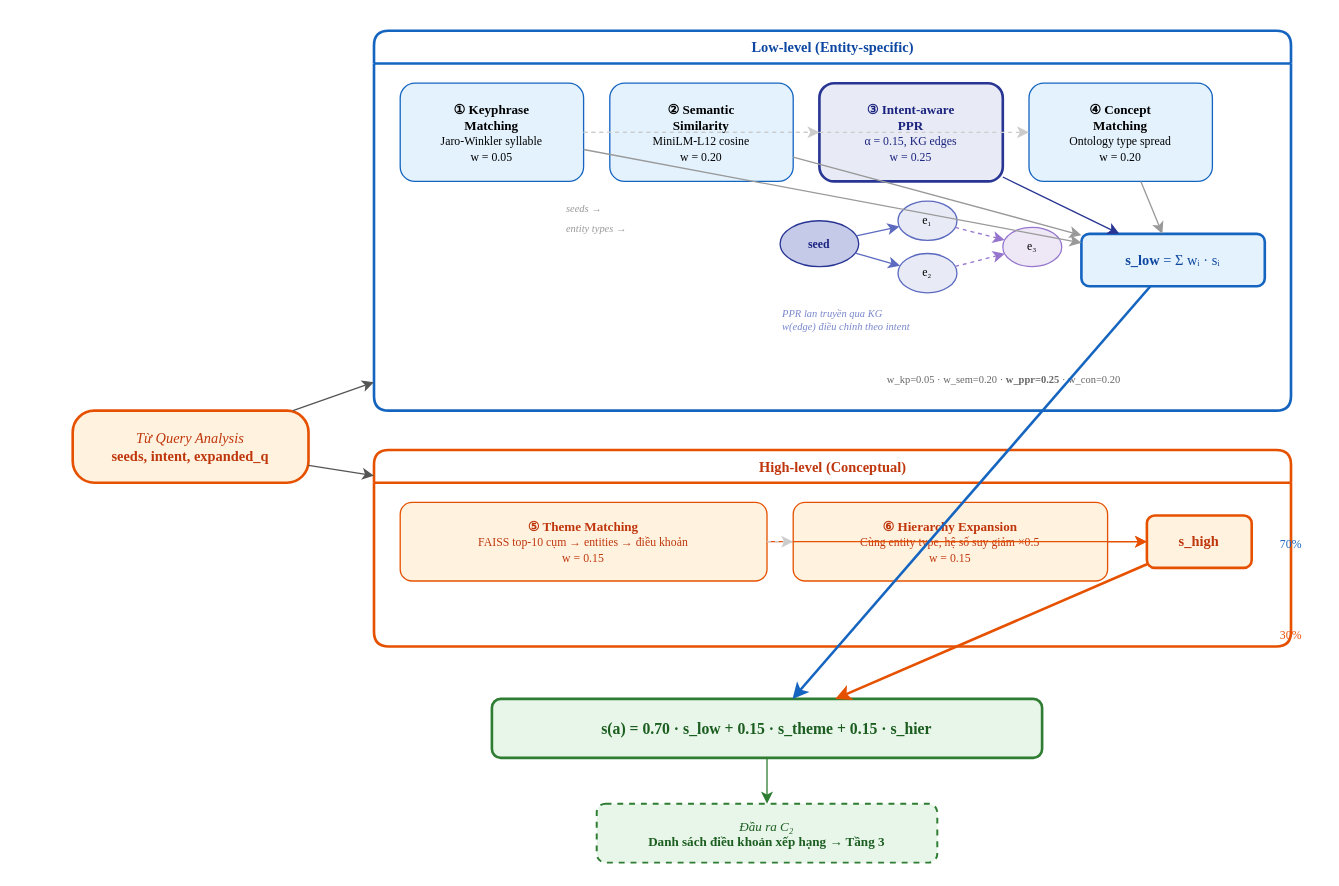
This is thesis-restored/diagrams/figure3-5-tier2-dual-level.drawio from hienlh/vn-legal-rag, a draw.io file, before an edit. Source tidied: cells renumbered, new cells numbered last; positions are measured from the earlier drawing's top-left corner, leaving out a move shared by most shapes. Both pictures are drawn from the tidied source at 131%, with x=0, y=0 at pixel (72, 30).
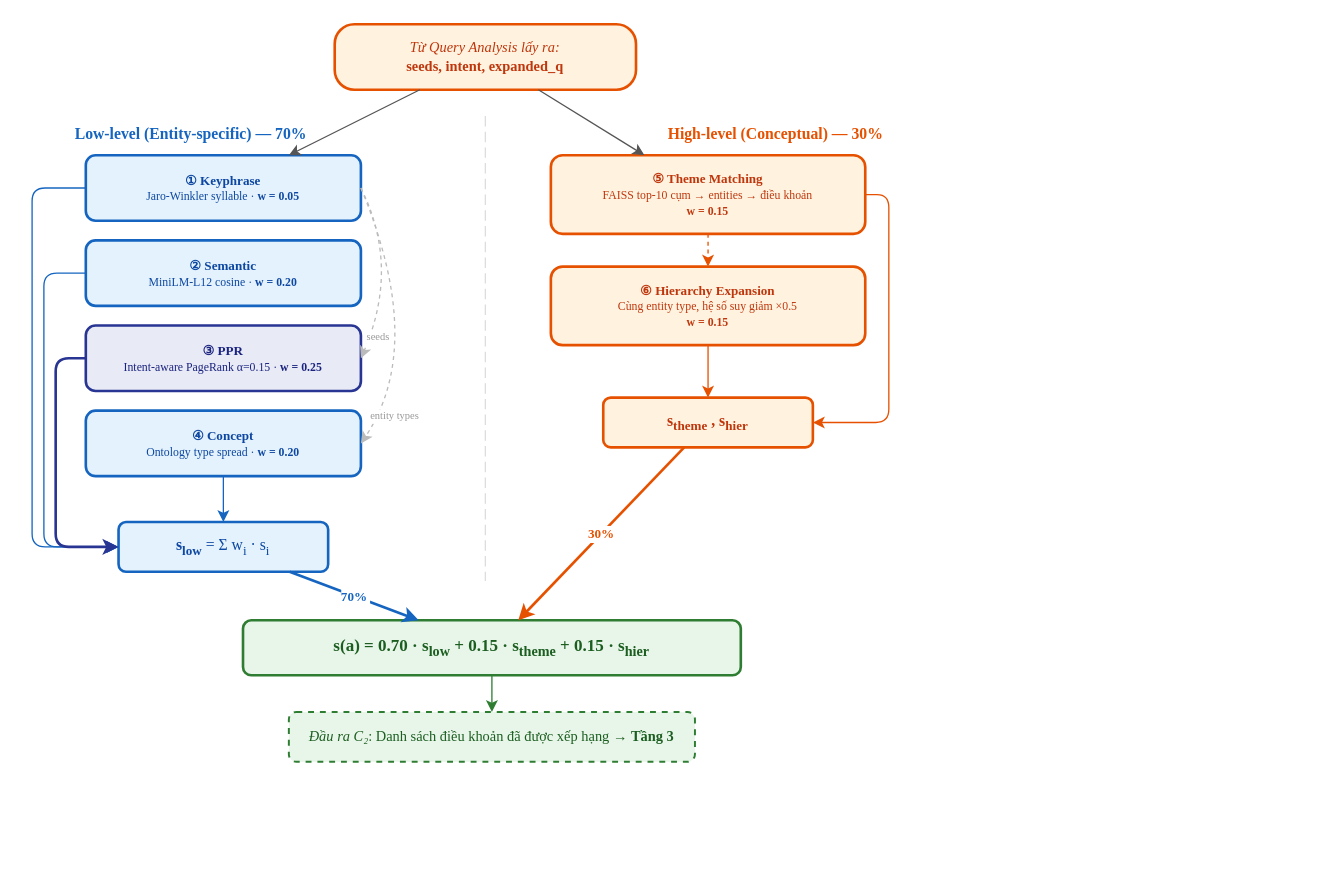
Above is the later version.

The edit, as a diff of the source:
```diff
@@
-    <mxCell id="2" value="&lt;i&gt;Từ Query Analysis&lt;/i&gt;&lt;br&gt;&lt;b&gt;seeds, intent, expanded_q&lt;/b&gt;" style="rounded=1;whiteSpace=wrap;html=1;fillColor=#FFF3E0;strokeColor=#E65100;strokeWidth=2;fontFamily=Times New Roman;fontSize=11;fontColor=#BF360C;arcSize=30;" parent="1" vertex="1">
-      <mxGeometry y="290" width="180" height="55" as="geometry" />
-    </mxCell>
-    <mxCell id="3" value="&lt;b&gt;Low-level (Entity-specific)&lt;/b&gt;" style="swimlane;html=1;startSize=25;fillColor=#FFF;strokeColor=#1565C0;strokeWidth=2;fontFamily=Times New Roman;fontSize=11;fontColor=#0D47A1;rounded=1;" parent="1" vertex="1">
-      <mxGeometry x="230" width="700" height="290" as="geometry" />
-    </mxCell>
-    <mxCell id="4" value="&lt;b&gt;① Keyphrase&lt;br&gt;Matching&lt;/b&gt;&lt;br&gt;&lt;span style=&quot;font-size:9px&quot;&gt;Jaro-Winkler syllable&lt;br&gt;w = 0.05&lt;/span&gt;" style="rounded=1;whiteSpace=wrap;html=1;fillColor=#E3F2FD;strokeColor=#1565C0;fontFamily=Times New Roman;fontSize=10;" parent="3" vertex="1">
-      <mxGeometry x="20" y="40" width="140" height="75" as="geometry" />
-    </mxCell>
-    <mxCell id="5" value="&lt;b&gt;② Semantic&lt;br&gt;Similarity&lt;/b&gt;&lt;br&gt;&lt;span style=&quot;font-size:9px&quot;&gt;MiniLM-L12 cosine&lt;br&gt;w = 0.20&lt;/span&gt;" style="rounded=1;whiteSpace=wrap;html=1;fillColor=#E3F2FD;strokeColor=#1565C0;fontFamily=Times New Roman;fontSize=10;" parent="3" vertex="1">
-      <mxGeometry x="180" y="40" width="140" height="75" as="geometry" />
-    </mxCell>
-    <mxCell id="6" value="&lt;b&gt;③ Intent-aware&lt;br&gt;PPR&lt;/b&gt;&lt;br&gt;&lt;span style=&quot;font-size:9px&quot;&gt;α = 0.15, KG edges&lt;br&gt;w = 0.25&lt;/span&gt;" style="rounded=1;whiteSpace=wrap;html=1;fillColor=#E8EAF6;strokeColor=#283593;strokeWidth=2;fontFamily=Times New Roman;fontSize=10;fontColor=#1A237E;" parent="3" vertex="1">
-      <mxGeometry x="340" y="40" width="140" height="75" as="geometry" />
-    </mxCell>
-    <mxCell id="7" value="&lt;b&gt;④ Concept&lt;br&gt;Matching&lt;/b&gt;&lt;br&gt;&lt;span style=&quot;font-size:9px&quot;&gt;Ontology type spread&lt;br&gt;w = 0.20&lt;/span&gt;" style="rounded=1;whiteSpace=wrap;html=1;fillColor=#E3F2FD;strokeColor=#1565C0;fontFamily=Times New Roman;fontSize=10;" parent="3" vertex="1">
-      <mxGeometry x="500" y="40" width="140" height="75" as="geometry" />
-    </mxCell>
-    <mxCell id="8" value="&lt;b&gt;seed&lt;/b&gt;" style="ellipse;whiteSpace=wrap;html=1;fillColor=#C5CAE9;strokeColor=#283593;fontFamily=Times New Roman;fontSize=9;fontColor=#1A237E;" parent="3" vertex="1">
-      <mxGeometry x="310" y="145" width="60" height="35" as="geometry" />
-    </mxCell>
-    <mxCell id="9" value="e₁" style="ellipse;whiteSpace=wrap;html=1;fillColor=#E8EAF6;strokeColor=#5C6BC0;fontFamily=Times New Roman;fontSize=9;" parent="3" vertex="1">
-      <mxGeometry x="400" y="130" width="45" height="30" as="geometry" />
-    </mxCell>
-    <mxCell id="10" value="e₂" style="ellipse;whiteSpace=wrap;html=1;fillColor=#E8EAF6;strokeColor=#5C6BC0;fontFamily=Times New Roman;fontSize=9;" parent="3" vertex="1">
-      <mxGeometry x="400" y="170" width="45" height="30" as="geometry" />
-    </mxCell>
-    <mxCell id="11" value="e₃" style="ellipse;whiteSpace=wrap;html=1;fillColor=#EDE7F6;strokeColor=#9575CD;fontFamily=Times New Roman;fontSize=9;" parent="3" vertex="1">
-      <mxGeometry x="480" y="150" width="45" height="30" as="geometry" />
-    </mxCell>
-    <mxCell id="12" style="endArrow=classic;strokeColor=#5C6BC0;strokeWidth=1;" parent="3" edge="1" source="8" target="9">
-      <mxGeometry relative="1" as="geometry" />
-    </mxCell>
-    <mxCell id="13" style="endArrow=classic;strokeColor=#5C6BC0;strokeWidth=1;" parent="3" edge="1" source="8" target="10">
-      <mxGeometry relative="1" as="geometry" />
-    </mxCell>
-    <mxCell id="14" style="endArrow=classic;strokeColor=#9575CD;strokeWidth=1;dashed=1;" parent="3" edge="1" source="9" target="11">
-      <mxGeometry relative="1" as="geometry" />
-    </mxCell>
-    <mxCell id="15" style="endArrow=classic;strokeColor=#9575CD;strokeWidth=1;dashed=1;" parent="3" edge="1" source="10" target="11">
-      <mxGeometry relative="1" as="geometry" />
-    </mxCell>
-    <mxCell id="16" value="&lt;i style=&quot;font-size:8px&quot;&gt;PPR lan truyền qua KG&lt;br&gt;w(edge) điều chỉnh theo intent&lt;/i&gt;" style="text;html=1;fontSize=8;fontFamily=Times New Roman;fontColor=#7986CB;" parent="3" vertex="1">
-      <mxGeometry x="310" y="205" width="160" height="25" as="geometry" />
-    </mxCell>
-    <mxCell id="17" value="&lt;b&gt;s_low&lt;/b&gt; = Σ wᵢ · sᵢ" style="rounded=1;whiteSpace=wrap;html=1;fillColor=#E3F2FD;strokeColor=#1565C0;strokeWidth=2;fontFamily=Times New Roman;fontSize=11;fontColor=#0D47A1;" parent="3" vertex="1">
-      <mxGeometry x="540" y="155" width="140" height="40" as="geometry" />
-    </mxCell>
-    <mxCell id="18" style="endArrow=classic;strokeColor=#999;curved=1;" parent="3" edge="1" source="4" target="17">
-      <mxGeometry relative="1" as="geometry" />
-    </mxCell>
-    <mxCell id="19" style="endArrow=classic;strokeColor=#999;curved=1;" parent="3" edge="1" source="5" target="17">
-      <mxGeometry relative="1" as="geometry" />
-    </mxCell>
-    <mxCell id="20" style="endArrow=classic;strokeColor=#283593;curved=1;" parent="3" edge="1" source="6" target="17">
-      <mxGeometry relative="1" as="geometry" />
-    </mxCell>
-    <mxCell id="21" style="endArrow=classic;strokeColor=#999;curved=1;" parent="3" edge="1" source="7" target="17">
-      <mxGeometry relative="1" as="geometry" />
-    </mxCell>
-    <mxCell id="22" value="&lt;i style=&quot;font-size:8px;color:#999&quot;&gt;seeds →&lt;/i&gt;" style="text;html=1;fontSize=8;fontFamily=Times New Roman;" parent="3" vertex="1">
-      <mxGeometry x="145" y="125" width="45" height="15" as="geometry" />
-    </mxCell>
-    <mxCell id="23" value="&lt;i style=&quot;font-size:8px;color:#999&quot;&gt;entity types →&lt;/i&gt;" style="text;html=1;fontSize=8;fontFamily=Times New Roman;" parent="3" vertex="1">
-      <mxGeometry x="145" y="140" width="70" height="15" as="geometry" />
-    </mxCell>
-    <mxCell id="24" style="endArrow=classic;strokeColor=#CCC;dashed=1;" parent="3" edge="1" source="4" target="6">
-      <mxGeometry relative="1" as="geometry" />
-    </mxCell>
-    <mxCell id="25" style="endArrow=classic;strokeColor=#CCC;dashed=1;" parent="3" edge="1" source="4" target="7">
-      <mxGeometry relative="1" as="geometry" />
-    </mxCell>
-    <mxCell id="26" value="&lt;span style=&quot;font-size:8px&quot;&gt;w_kp=0.05 · w_sem=0.20 · &lt;b&gt;w_ppr=0.25&lt;/b&gt; · w_con=0.20&lt;/span&gt;" style="text;html=1;fontSize=8;fontFamily=Times New Roman;fontColor=#666;" parent="3" vertex="1">
-      <mxGeometry x="390" y="255" width="290" height="15" as="geometry" />
-    </mxCell>
-    <mxCell id="27" value="&lt;b&gt;High-level (Conceptual)&lt;/b&gt;" style="swimlane;html=1;startSize=25;fillColor=#FFF;strokeColor=#E65100;strokeWidth=2;fontFamily=Times New Roman;fontSize=11;fontColor=#BF360C;rounded=1;" parent="1" vertex="1">
-      <mxGeometry x="230" y="320" width="700" height="150" as="geometry" />
-    </mxCell>
+    <mxCell id="43" value="&lt;i&gt;Từ Query Analysis lấy ra:&lt;/i&gt;&lt;br&gt;&lt;b&gt;seeds, intent, expanded_q&lt;/b&gt;" style="rounded=1;whiteSpace=wrap;html=1;fillColor=#FFF3E0;strokeColor=#E65100;strokeWidth=2;fontFamily=Times New Roman;fontSize=11;fontColor=#BF360C;arcSize=30;" parent="1" vertex="1">
+      <mxGeometry x="200" y="-5" width="230" height="50" as="geometry" />
+    </mxCell>
+    <mxCell id="44" value="&lt;b&gt;Low-level&lt;/b&gt; (Entity-specific) — 70%" style="text;html=1;fontSize=12;fontFamily=Times New Roman;fontColor=#1565C0;fontStyle=1;" parent="1" vertex="1">
+      <mxGeometry y="65" width="260" height="20" as="geometry" />
+    </mxCell>
+    <mxCell id="45" value="&lt;b&gt;① Keyphrase&lt;/b&gt;&lt;br&gt;&lt;span style=&quot;font-size:9px&quot;&gt;Jaro-Winkler syllable · &lt;b&gt;w = 0.05&lt;/b&gt;&lt;/span&gt;" style="rounded=1;whiteSpace=wrap;html=1;fillColor=#E3F2FD;strokeColor=#1565C0;strokeWidth=2;fontFamily=Times New Roman;fontSize=10;fontColor=#0D47A1;" parent="1" vertex="1">
+      <mxGeometry x="10" y="95" width="210" height="50" as="geometry" />
+    </mxCell>
+    <mxCell id="46" value="&lt;b&gt;② Semantic&lt;/b&gt;&lt;br&gt;&lt;span style=&quot;font-size:9px&quot;&gt;MiniLM-L12 cosine · &lt;b&gt;w = 0.20&lt;/b&gt;&lt;/span&gt;" style="rounded=1;whiteSpace=wrap;html=1;fillColor=#E3F2FD;strokeColor=#1565C0;strokeWidth=2;fontFamily=Times New Roman;fontSize=10;fontColor=#0D47A1;" parent="1" vertex="1">
+      <mxGeometry x="10" y="160" width="210" height="50" as="geometry" />
+    </mxCell>
+    <mxCell id="47" value="&lt;b&gt;③ PPR&lt;/b&gt;&lt;br&gt;&lt;span style=&quot;font-size:9px&quot;&gt;Intent-aware PageRank α=0.15 · &lt;b&gt;w = 0.25&lt;/b&gt;&lt;/span&gt;" style="rounded=1;whiteSpace=wrap;html=1;fillColor=#E8EAF6;strokeColor=#283593;strokeWidth=2;fontFamily=Times New Roman;fontSize=10;fontColor=#1A237E;" parent="1" vertex="1">
+      <mxGeometry x="10" y="225" width="210" height="50" as="geometry" />
+    </mxCell>
+    <mxCell id="48" value="&lt;b&gt;④ Concept&lt;/b&gt;&lt;br&gt;&lt;span style=&quot;font-size:9px&quot;&gt;Ontology type spread · &lt;b&gt;w = 0.20&lt;/b&gt;&lt;/span&gt;" style="rounded=1;whiteSpace=wrap;html=1;fillColor=#E3F2FD;strokeColor=#1565C0;strokeWidth=2;fontFamily=Times New Roman;fontSize=10;fontColor=#0D47A1;" parent="1" vertex="1">
+      <mxGeometry x="10" y="290" width="210" height="50" as="geometry" />
+    </mxCell>
+    <mxCell id="49" value="&lt;b&gt;s&lt;sub&gt;low&lt;/sub&gt;&lt;/b&gt; = Σ w&lt;sub&gt;i&lt;/sub&gt; · s&lt;sub&gt;i&lt;/sub&gt;" style="rounded=1;whiteSpace=wrap;html=1;fillColor=#E3F2FD;strokeColor=#1565C0;strokeWidth=2;fontFamily=Times New Roman;fontSize=12;fontColor=#0D47A1;" parent="1" vertex="1">
+      <mxGeometry x="35" y="375" width="160" height="38" as="geometry" />
+    </mxCell>
+    <mxCell id="50" value="&lt;b&gt;High-level&lt;/b&gt; (Conceptual) — 30%" style="text;html=1;fontSize=12;fontFamily=Times New Roman;fontColor=#E65100;fontStyle=1;align=right;" parent="1" vertex="1">
+      <mxGeometry x="370" y="65" width="250" height="20" as="geometry" />
+    </mxCell>
-    <mxCell id="28" value="&lt;b&gt;⑤ Theme Matching&lt;/b&gt;&lt;br&gt;&lt;span style=&quot;font-size:9px&quot;&gt;FAISS top-10 cụm → entities → điều khoản&lt;br&gt;w = 0.15&lt;/span&gt;" style="rounded=1;whiteSpace=wrap;html=1;fillColor=#FFF3E0;strokeColor=#E65100;fontFamily=Times New Roman;fontSize=10;fontColor=#BF360C;" parent="27" vertex="1">
-      <mxGeometry x="20" y="40" width="280" height="60" as="geometry" />
+    <mxCell id="28" value="&lt;b&gt;⑤ Theme Matching&lt;/b&gt;&lt;br&gt;&lt;span style=&quot;font-size:9px&quot;&gt;FAISS top-10 cụm → entities → điều khoản&lt;br&gt;&lt;b&gt;w = 0.15&lt;/b&gt;&lt;/span&gt;" style="rounded=1;whiteSpace=wrap;html=1;fillColor=#FFF3E0;strokeColor=#E65100;strokeWidth=2;fontFamily=Times New Roman;fontSize=10;fontColor=#BF360C;" parent="1" vertex="1">
+      <mxGeometry x="365" y="95" width="240" height="60" as="geometry" />
     </mxCell>
-    <mxCell id="29" value="&lt;b&gt;⑥ Hierarchy Expansion&lt;/b&gt;&lt;br&gt;&lt;span style=&quot;font-size:9px&quot;&gt;Cùng entity type, hệ số suy giảm ×0.5&lt;br&gt;w = 0.15&lt;/span&gt;" style="rounded=1;whiteSpace=wrap;html=1;fillColor=#FFF3E0;strokeColor=#E65100;fontFamily=Times New Roman;fontSize=10;fontColor=#BF360C;" parent="27" vertex="1">
-      <mxGeometry x="320" y="40" width="240" height="60" as="geometry" />
+    <mxCell id="29" value="&lt;b&gt;⑥ Hierarchy Expansion&lt;/b&gt;&lt;br&gt;&lt;span style=&quot;font-size:9px&quot;&gt;Cùng entity type, hệ số suy giảm ×0.5&lt;br&gt;&lt;b&gt;w = 0.15&lt;/b&gt;&lt;/span&gt;" style="rounded=1;whiteSpace=wrap;html=1;fillColor=#FFF3E0;strokeColor=#E65100;strokeWidth=2;fontFamily=Times New Roman;fontSize=10;fontColor=#BF360C;" parent="1" vertex="1">
+      <mxGeometry x="365" y="180" width="240" height="60" as="geometry" />
     </mxCell>
-    <mxCell id="30" value="&lt;b&gt;s_high&lt;/b&gt;" style="rounded=1;whiteSpace=wrap;html=1;fillColor=#FFF3E0;strokeColor=#E65100;strokeWidth=2;fontFamily=Times New Roman;fontSize=11;fontColor=#BF360C;" parent="27" vertex="1">
-      <mxGeometry x="590" y="50" width="80" height="40" as="geometry" />
-    </mxCell>
-    <mxCell id="31" style="endArrow=classic;strokeColor=#E65100;" parent="27" edge="1" source="28" target="30">
-      <mxGeometry relative="1" as="geometry" />
-    </mxCell>
-    <mxCell id="32" style="endArrow=classic;strokeColor=#E65100;" parent="27" edge="1" source="29" target="30">
-      <mxGeometry relative="1" as="geometry" />
-    </mxCell>
-    <mxCell id="33" style="endArrow=classic;strokeColor=#CCC;dashed=1;" parent="27" edge="1" source="28" target="29">
+    <mxCell id="33" style="endArrow=classic;strokeColor=#E65100;dashed=1;" parent="1" edge="1" source="28" target="29">
       <mxGeometry relative="1" as="geometry" />
     </mxCell>
-    <mxCell id="34" value="&lt;b&gt;s(a) = 0.70 · s_low + 0.15 · s_theme + 0.15 · s_hier&lt;/b&gt;" style="rounded=1;whiteSpace=wrap;html=1;fillColor=#E8F5E9;strokeColor=#2E7D32;strokeWidth=2;fontFamily=Times New Roman;fontSize=12;fontColor=#1B5E20;" parent="1" vertex="1">
-      <mxGeometry x="320" y="510" width="420" height="45" as="geometry" />
-    </mxCell>
-    <mxCell id="35" value="&lt;i&gt;Đầu ra C₂&lt;/i&gt;&lt;br&gt;&lt;b&gt;Danh sách điều khoản xếp hạng → Tầng 3&lt;/b&gt;" style="rounded=1;whiteSpace=wrap;html=1;fillColor=#E8F5E9;strokeColor=#2E7D32;strokeWidth=1.5;dashed=1;fontFamily=Times New Roman;fontSize=10;fontColor=#1B5E20;" parent="1" vertex="1">
-      <mxGeometry x="400" y="590" width="260" height="45" as="geometry" />
-    </mxCell>
-    <mxCell id="36" style="endArrow=classic;strokeColor=#555;" parent="1" edge="1" source="2" target="3">
-      <mxGeometry relative="1" as="geometry" />
-    </mxCell>
-    <mxCell id="37" style="endArrow=classic;strokeColor=#555;" parent="1" edge="1" source="2" target="27">
-      <mxGeometry relative="1" as="geometry" />
-    </mxCell>
-    <mxCell id="38" style="endArrow=classic;strokeColor=#1565C0;strokeWidth=2;" parent="1" edge="1" source="17" target="34">
-      <mxGeometry relative="1" as="geometry" />
-    </mxCell>
-    <mxCell id="39" style="endArrow=classic;strokeColor=#E65100;strokeWidth=2;" parent="1" edge="1" source="30" target="34">
-      <mxGeometry relative="1" as="geometry" />
-    </mxCell>
-    <mxCell id="40" style="endArrow=classic;strokeColor=#2E7D32;" parent="1" edge="1" source="34" target="35">
-      <mxGeometry relative="1" as="geometry" />
-    </mxCell>
+    <mxCell id="51" value="&lt;b&gt;s&lt;sub&gt;theme&lt;/sub&gt; , s&lt;sub&gt;hier&lt;/sub&gt;&lt;/b&gt;" style="rounded=1;whiteSpace=wrap;html=1;fillColor=#FFF3E0;strokeColor=#E65100;strokeWidth=2;fontFamily=Times New Roman;fontSize=12;fontColor=#BF360C;" parent="1" vertex="1">
+      <mxGeometry x="405" y="280" width="160" height="38" as="geometry" />
+    </mxCell>
+    <mxCell id="52" style="endArrow=classic;strokeColor=#1565C0;edgeStyle=orthogonalEdgeStyle;" parent="1" edge="1" source="45" target="49">
+      <mxGeometry relative="1" as="geometry">
+        <Array as="points">
+          <mxPoint x="-31" y="120" />
+          <mxPoint x="-31" y="394" />
+        </Array>
+      </mxGeometry>
+    </mxCell>
+    <mxCell id="53" style="endArrow=classic;strokeColor=#1565C0;edgeStyle=orthogonalEdgeStyle;" parent="1" edge="1" source="46" target="49">
+      <mxGeometry relative="1" as="geometry">
+        <Array as="points">
+          <mxPoint x="-22" y="185" />
+          <mxPoint x="-22" y="394" />
+        </Array>
+      </mxGeometry>
+    </mxCell>
+    <mxCell id="54" style="endArrow=classic;strokeColor=#283593;strokeWidth=2;edgeStyle=orthogonalEdgeStyle;" parent="1" edge="1" source="47" target="49">
+      <mxGeometry relative="1" as="geometry">
+        <Array as="points">
+          <mxPoint x="-13" y="250" />
+          <mxPoint x="-13" y="394" />
+        </Array>
+      </mxGeometry>
+    </mxCell>
+    <mxCell id="55" style="endArrow=classic;strokeColor=#1565C0;" parent="1" edge="1" source="48" target="49">
+      <mxGeometry relative="1" as="geometry" />
+    </mxCell>
+    <mxCell id="56" style="endArrow=classic;strokeColor=#E65100;edgeStyle=orthogonalEdgeStyle;" parent="1" edge="1" source="28" target="51">
+      <mxGeometry relative="1" as="geometry">
+        <Array as="points">
+          <mxPoint x="623" y="125" />
+          <mxPoint x="623" y="299" />
+        </Array>
+      </mxGeometry>
+    </mxCell>
+    <mxCell id="57" style="endArrow=classic;strokeColor=#E65100;" parent="1" edge="1" source="29" target="51">
+      <mxGeometry relative="1" as="geometry" />
+    </mxCell>
+    <mxCell id="58" value="seeds" style="endArrow=classic;strokeColor=#BBB;dashed=1;fontSize=8;fontFamily=Times New Roman;fontColor=#999;exitX=1;exitY=0.5;exitDx=0;exitDy=0;entryX=1;entryY=0.5;entryDx=0;entryDy=0;curved=1;" parent="1" edge="1" source="45" target="47">
+      <mxGeometry x="0.72" y="6" relative="1" as="geometry">
+        <Array as="points">
+          <mxPoint x="250" y="180" />
+        </Array>
+      </mxGeometry>
+    </mxCell>
+    <mxCell id="59" value="entity types" style="endArrow=classic;strokeColor=#BBB;dashed=1;fontSize=8;fontFamily=Times New Roman;fontColor=#999;exitX=1;exitY=0.5;exitDx=0;exitDy=0;entryX=1;entryY=0.5;entryDx=0;entryDy=0;curved=1;" parent="1" edge="1" source="45" target="48">
+      <mxGeometry x="0.71" y="10" relative="1" as="geometry">
+        <Array as="points">
+          <mxPoint x="270" y="240" />
+        </Array>
+      </mxGeometry>
+    </mxCell>
+    <mxCell id="60" value="&lt;b&gt;s(a) = 0.70 · s&lt;sub&gt;low&lt;/sub&gt; + 0.15 · s&lt;sub&gt;theme&lt;/sub&gt; + 0.15 · s&lt;sub&gt;hier&lt;/sub&gt;&lt;/b&gt;" style="rounded=1;whiteSpace=wrap;html=1;fillColor=#E8F5E9;strokeColor=#2E7D32;strokeWidth=2;fontFamily=Times New Roman;fontSize=13;fontColor=#1B5E20;" parent="1" vertex="1">
+      <mxGeometry x="130" y="450" width="380" height="42" as="geometry" />
+    </mxCell>
-    <mxCell id="41" value="&lt;span style=&quot;font-size:9px;color:#1565C0&quot;&gt;70%&lt;/span&gt;" style="text;html=1;fontSize=9;fontFamily=Times New Roman;" parent="1" vertex="1">
-      <mxGeometry x="920" y="380" width="30" height="15" as="geometry" />
+    <mxCell id="41" value="70%" style="endArrow=classic;strokeColor=#1565C0;strokeWidth=2;fontSize=10;fontFamily=Times New Roman;fontColor=#1565C0;fontStyle=1;" parent="1" edge="1" source="49" target="60">
+      <mxGeometry relative="1" as="geometry" />
     </mxCell>
-    <mxCell id="42" value="&lt;span style=&quot;font-size:9px;color:#E65100&quot;&gt;30%&lt;/span&gt;" style="text;html=1;fontSize=9;fontFamily=Times New Roman;" parent="1" vertex="1">
-      <mxGeometry x="920" y="450" width="30" height="15" as="geometry" />
+    <mxCell id="42" value="30%" style="endArrow=classic;strokeColor=#E65100;strokeWidth=2;fontSize=10;fontFamily=Times New Roman;fontColor=#E65100;fontStyle=1;" parent="1" edge="1" source="51" target="60">
+      <mxGeometry relative="1" as="geometry" />
     </mxCell>
+    <mxCell id="61" value="&lt;i&gt;Đầu ra C₂&lt;/i&gt;: Danh sách điều khoản đã được xếp hạng → &lt;b&gt;Tầng 3&lt;/b&gt;" style="rounded=1;whiteSpace=wrap;html=1;fillColor=#E8F5E9;strokeColor=#2E7D32;strokeWidth=1.5;dashed=1;fontFamily=Times New Roman;fontSize=11;fontColor=#1B5E20;" parent="1" vertex="1">
+      <mxGeometry x="165" y="520" width="310" height="38" as="geometry" />
+    </mxCell>
+    <mxCell id="62" style="endArrow=classic;strokeColor=#2E7D32;" parent="1" edge="1" source="60" target="61">
+      <mxGeometry relative="1" as="geometry" />
+    </mxCell>
+    <mxCell id="63" style="endArrow=classic;strokeColor=#555;" parent="1" edge="1" source="43" target="45">
+      <mxGeometry relative="1" as="geometry" />
+    </mxCell>
+    <mxCell id="64" style="endArrow=classic;strokeColor=#555;" parent="1" edge="1" source="43" target="28">
+      <mxGeometry relative="1" as="geometry" />
+    </mxCell>
+    <mxCell id="65" style="endArrow=none;strokeColor=#DDD;strokeWidth=1;dashed=1;dashPattern=8 4;" parent="1" edge="1">
+      <mxGeometry relative="1" as="geometry">
+        <mxPoint x="315" y="65" as="sourcePoint" />
+        <mxPoint x="315" y="420" as="targetPoint" />
+      </mxGeometry>
+    </mxCell>
```
